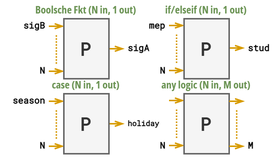
Earlier version of the draw.io export semester 4/summary/digital design/images/process_types.png (joelvonrotz/BSc-electrical-engineering). Source tidied: cells renumbered, new cells last; positions are measured from the earlier drawing's top-left corner, leaving out a move shared by most shapes.
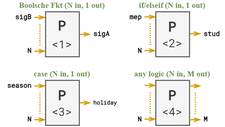
Above is the later version.

Diff of the diagram source:
```diff
@@ -4,186 +4,186 @@
     <mxCell id="1" parent="0" />
     <mxCell id="2" value="&lt;b style=&quot;font-size: 6px;&quot;&gt;&lt;font color=&quot;#000000&quot; style=&quot;font-size: 6px;&quot;&gt;sigB&lt;/font&gt;&lt;/b&gt;" style="edgeStyle=orthogonalEdgeStyle;rounded=0;orthogonalLoop=1;jettySize=auto;html=1;labelBackgroundColor=default;fontFamily=Roboto Mono;fontSource=https%3A%2F%2Ffonts.googleapis.com%2Fcss%3Ffamily%3DRoboto%2BMono;fontSize=6;fontColor=#5F7DA8;endArrow=openThin;endFill=0;startSize=4;endSize=4;fillColor=#ffe6cc;strokeColor=#d79b00;align=right;entryX=0;entryY=0.5;entryDx=0;entryDy=0;spacingLeft=0;spacingRight=1;" parent="1" edge="1">
       <mxGeometry x="-1" relative="1" as="geometry">
-        <mxPoint x="30" y="15" as="sourcePoint" />
-        <mxPoint x="40" y="15" as="targetPoint" />
+        <mxPoint x="-948" y="220" as="sourcePoint" />
+        <mxPoint x="-938" y="220" as="targetPoint" />
         <Array as="points">
-          <mxPoint x="30" y="15" />
-          <mxPoint x="30" y="15" />
+          <mxPoint x="-948" y="220" />
+          <mxPoint x="-948" y="220" />
         </Array>
       </mxGeometry>
     </mxCell>
     <mxCell id="3" value="&lt;b style=&quot;font-size: 6px;&quot;&gt;&lt;font color=&quot;#000000&quot; style=&quot;font-size: 6px;&quot;&gt;N&lt;/font&gt;&lt;/b&gt;" style="edgeStyle=orthogonalEdgeStyle;rounded=0;orthogonalLoop=1;jettySize=auto;html=1;labelBackgroundColor=default;fontFamily=Roboto Mono;fontSource=https%3A%2F%2Ffonts.googleapis.com%2Fcss%3Ffamily%3DRoboto%2BMono;fontSize=6;fontColor=#5F7DA8;endArrow=openThin;endFill=0;startSize=4;endSize=4;fillColor=#ffe6cc;strokeColor=#d79b00;align=right;entryX=0;entryY=0.5;entryDx=0;entryDy=0;spacingLeft=0;spacingRight=1;" parent="1" edge="1">
       <mxGeometry x="-1" relative="1" as="geometry">
-        <mxPoint x="30" y="45" as="sourcePoint" />
-        <mxPoint x="40" y="45" as="targetPoint" />
+        <mxPoint x="-948" y="250" as="sourcePoint" />
+        <mxPoint x="-938" y="250" as="targetPoint" />
         <Array as="points">
-          <mxPoint x="30" y="45" />
-          <mxPoint x="30" y="45" />
+          <mxPoint x="-948" y="250" />
+          <mxPoint x="-948" y="250" />
         </Array>
       </mxGeometry>
     </mxCell>
     <mxCell id="4" style="endArrow=none;dashed=1;html=1;dashPattern=1 1;strokeWidth=1;rounded=0;labelBackgroundColor=none;fontFamily=Roboto Mono;fontSource=https%3A%2F%2Ffonts.googleapis.com%2Fcss%3Ffamily%3DRoboto%2BMono;fontSize=7;fontColor=#6C9455;startSize=3;endSize=4;fillColor=#ffe6cc;strokeColor=#d79b00;jumpSize=5;" parent="1" edge="1">
       <mxGeometry relative="1" as="geometry">
-        <mxPoint x="35" y="40" as="sourcePoint" />
-        <mxPoint x="35" y="20" as="targetPoint" />
+        <mxPoint x="-943" y="245" as="sourcePoint" />
+        <mxPoint x="-943" y="225" as="targetPoint" />
       </mxGeometry>
     </mxCell>
     <mxCell id="5" value="&lt;b style=&quot;font-size: 6px;&quot;&gt;&lt;font color=&quot;#000000&quot; style=&quot;font-size: 6px;&quot;&gt;sigA&lt;/font&gt;&lt;/b&gt;" style="edgeStyle=orthogonalEdgeStyle;rounded=0;orthogonalLoop=1;jettySize=auto;html=1;labelBackgroundColor=default;fontFamily=Roboto Mono;fontSource=https%3A%2F%2Ffonts.googleapis.com%2Fcss%3Ffamily%3DRoboto%2BMono;fontSize=6;fontColor=#5F7DA8;endArrow=openThin;endFill=0;startSize=4;endSize=4;fillColor=#ffe6cc;strokeColor=#d79b00;align=left;entryX=0;entryY=0.5;entryDx=0;entryDy=0;spacingLeft=1;spacingRight=1;" parent="1" edge="1">
       <mxGeometry x="1" relative="1" as="geometry">
-        <mxPoint x="70" y="30" as="sourcePoint" />
-        <mxPoint x="80" y="30" as="targetPoint" />
+        <mxPoint x="-908" y="235" as="sourcePoint" />
+        <mxPoint x="-898" y="235" as="targetPoint" />
         <Array as="points">
-          <mxPoint x="70" y="30" />
-          <mxPoint x="70" y="30" />
+          <mxPoint x="-908" y="235" />
+          <mxPoint x="-908" y="235" />
         </Array>
       </mxGeometry>
     </mxCell>
-    <mxCell id="6" value="&lt;font face=&quot;Roboto Mono&quot;&gt;&lt;b&gt;P&lt;/b&gt;&lt;/font&gt;" style="rounded=0;whiteSpace=wrap;html=1;fontColor=#333333;fillColor=#f5f5f5;strokeColor=#666666;" parent="1" vertex="1">
-      <mxGeometry x="40" y="10" width="30" height="40" as="geometry" />
+    <mxCell id="6" value="&lt;font style=&quot;&quot; face=&quot;Roboto Mono&quot;&gt;&lt;b style=&quot;&quot;&gt;&lt;font style=&quot;font-size: 12px;&quot;&gt;P&lt;/font&gt;&lt;/b&gt;&lt;br&gt;&lt;font size=&quot;1&quot;&gt;&amp;lt;1&amp;gt;&lt;/font&gt;&lt;br&gt;&lt;/font&gt;" style="rounded=0;whiteSpace=wrap;html=1;fontColor=#333333;fillColor=#f5f5f5;strokeColor=#666666;" parent="1" vertex="1">
+      <mxGeometry x="-938" y="215" width="30" height="40" as="geometry" />
     </mxCell>
     <mxCell id="7" value="&lt;b style=&quot;font-size: 6px;&quot;&gt;&lt;font color=&quot;#000000&quot; style=&quot;font-size: 6px;&quot;&gt;mep&lt;/font&gt;&lt;/b&gt;" style="edgeStyle=orthogonalEdgeStyle;rounded=0;orthogonalLoop=1;jettySize=auto;html=1;labelBackgroundColor=default;fontFamily=Roboto Mono;fontSource=https%3A%2F%2Ffonts.googleapis.com%2Fcss%3Ffamily%3DRoboto%2BMono;fontSize=6;fontColor=#5F7DA8;endArrow=openThin;endFill=0;startSize=4;endSize=4;fillColor=#ffe6cc;strokeColor=#d79b00;align=right;entryX=0;entryY=0.5;entryDx=0;entryDy=0;spacingLeft=0;spacingRight=1;" parent="1" edge="1">
       <mxGeometry x="-1" relative="1" as="geometry">
-        <mxPoint x="110" y="14.5" as="sourcePoint" />
-        <mxPoint x="120" y="14.5" as="targetPoint" />
+        <mxPoint x="-850" y="219.5" as="sourcePoint" />
+        <mxPoint x="-840" y="219.5" as="targetPoint" />
         <Array as="points">
-          <mxPoint x="110" y="14.5" />
-          <mxPoint x="110" y="14.5" />
+          <mxPoint x="-850" y="219.5" />
+          <mxPoint x="-850" y="219.5" />
         </Array>
       </mxGeometry>
     </mxCell>
     <mxCell id="8" value="&lt;b style=&quot;font-size: 6px;&quot;&gt;&lt;font color=&quot;#000000&quot; style=&quot;font-size: 6px;&quot;&gt;N&lt;/font&gt;&lt;/b&gt;" style="edgeStyle=orthogonalEdgeStyle;rounded=0;orthogonalLoop=1;jettySize=auto;html=1;labelBackgroundColor=default;fontFamily=Roboto Mono;fontSource=https%3A%2F%2Ffonts.googleapis.com%2Fcss%3Ffamily%3DRoboto%2BMono;fontSize=6;fontColor=#5F7DA8;endArrow=openThin;endFill=0;startSize=4;endSize=4;fillColor=#ffe6cc;strokeColor=#d79b00;align=right;entryX=0;entryY=0.5;entryDx=0;entryDy=0;spacingLeft=0;spacingRight=1;" parent="1" edge="1">
       <mxGeometry x="-1" relative="1" as="geometry">
-        <mxPoint x="110" y="44.5" as="sourcePoint" />
-        <mxPoint x="120" y="44.5" as="targetPoint" />
+        <mxPoint x="-850" y="249.5" as="sourcePoint" />
+        <mxPoint x="-840" y="249.5" as="targetPoint" />
         <Array as="points">
-          <mxPoint x="110" y="44.5" />
-          <mxPoint x="110" y="44.5" />
+          <mxPoint x="-850" y="249.5" />
+          <mxPoint x="-850" y="249.5" />
         </Array>
       </mxGeometry>
     </mxCell>
     <mxCell id="9" style="endArrow=none;dashed=1;html=1;dashPattern=1 1;strokeWidth=1;rounded=0;labelBackgroundColor=none;fontFamily=Roboto Mono;fontSource=https%3A%2F%2Ffonts.googleapis.com%2Fcss%3Ffamily%3DRoboto%2BMono;fontSize=7;fontColor=#6C9455;startSize=3;endSize=4;fillColor=#ffe6cc;strokeColor=#d79b00;jumpSize=5;" parent="1" edge="1">
       <mxGeometry relative="1" as="geometry">
-        <mxPoint x="115" y="39.5" as="sourcePoint" />
-        <mxPoint x="115" y="19.5" as="targetPoint" />
+        <mxPoint x="-845" y="244.5" as="sourcePoint" />
+        <mxPoint x="-845" y="224.5" as="targetPoint" />
       </mxGeometry>
     </mxCell>
     <mxCell id="10" value="&lt;b style=&quot;font-size: 6px;&quot;&gt;&lt;font color=&quot;#000000&quot; style=&quot;font-size: 6px;&quot;&gt;stud&lt;/font&gt;&lt;/b&gt;" style="edgeStyle=orthogonalEdgeStyle;rounded=0;orthogonalLoop=1;jettySize=auto;html=1;labelBackgroundColor=default;fontFamily=Roboto Mono;fontSource=https%3A%2F%2Ffonts.googleapis.com%2Fcss%3Ffamily%3DRoboto%2BMono;fontSize=6;fontColor=#5F7DA8;endArrow=openThin;endFill=0;startSize=4;endSize=4;fillColor=#ffe6cc;strokeColor=#d79b00;align=left;entryX=0;entryY=0.5;entryDx=0;entryDy=0;spacingLeft=1;spacingRight=1;" parent="1" edge="1">
       <mxGeometry x="1" relative="1" as="geometry">
-        <mxPoint x="150" y="29.5" as="sourcePoint" />
-        <mxPoint x="160" y="29.5" as="targetPoint" />
+        <mxPoint x="-810" y="234.5" as="sourcePoint" />
+        <mxPoint x="-800" y="234.5" as="targetPoint" />
         <Array as="points">
-          <mxPoint x="150" y="29.5" />
-          <mxPoint x="150" y="29.5" />
+          <mxPoint x="-810" y="234.5" />
+          <mxPoint x="-810" y="234.5" />
         </Array>
       </mxGeometry>
     </mxCell>
-    <mxCell id="11" value="&lt;font face=&quot;Roboto Mono&quot;&gt;&lt;b&gt;P&lt;/b&gt;&lt;/font&gt;" style="rounded=0;whiteSpace=wrap;html=1;fontColor=#333333;fillColor=#f5f5f5;strokeColor=#666666;" parent="1" vertex="1">
-      <mxGeometry x="120" y="10" width="30" height="40" as="geometry" />
+    <mxCell id="11" value="&lt;b style=&quot;border-color: var(--border-color); font-family: &amp;quot;Roboto Mono&amp;quot;;&quot;&gt;P&lt;/b&gt;&lt;br style=&quot;border-color: var(--border-color); font-family: &amp;quot;Roboto Mono&amp;quot;;&quot;&gt;&lt;font style=&quot;border-color: var(--border-color); font-family: &amp;quot;Roboto Mono&amp;quot;;&quot; size=&quot;1&quot;&gt;&amp;lt;2&amp;gt;&lt;/font&gt;" style="rounded=0;whiteSpace=wrap;html=1;fontColor=#333333;fillColor=#f5f5f5;strokeColor=#666666;" parent="1" vertex="1">
+      <mxGeometry x="-840" y="215" width="30" height="40" as="geometry" />
     </mxCell>
     <mxCell id="12" value="Boolsche Fkt (N in, 1 out)" style="text;html=1;strokeColor=none;fillColor=none;align=center;verticalAlign=middle;whiteSpace=wrap;rounded=0;fontFamily=Open Sans Condensed;fontSource=https%3A%2F%2Ffonts.googleapis.com%2Fcss%3Ffamily%3DOpen%2BSans%2BCondensed;fontSize=7;fontColor=#6C9455;fontStyle=1;" parent="1" vertex="1">
-      <mxGeometry width="110" height="10" as="geometry" />
+      <mxGeometry x="-978" y="205" width="110" height="10" as="geometry" />
     </mxCell>
     <mxCell id="13" value="if/elseif (N in, 1 out)" style="text;html=1;strokeColor=none;fillColor=none;align=center;verticalAlign=middle;whiteSpace=wrap;rounded=0;fontFamily=Open Sans Condensed;fontSource=https%3A%2F%2Ffonts.googleapis.com%2Fcss%3Ffamily%3DOpen%2BSans%2BCondensed;fontSize=7;fontColor=#6C9455;fontStyle=1;" parent="1" vertex="1">
-      <mxGeometry x="90" width="90" height="10" as="geometry" />
+      <mxGeometry x="-870" y="205" width="90" height="10" as="geometry" />
     </mxCell>
     <mxCell id="14" value="case (N in, 1 out)" style="text;html=1;strokeColor=none;fillColor=none;align=center;verticalAlign=middle;whiteSpace=wrap;rounded=0;fontFamily=Open Sans Condensed;fontSource=https%3A%2F%2Ffonts.googleapis.com%2Fcss%3Ffamily%3DOpen%2BSans%2BCondensed;fontSize=7;fontColor=#6C9455;fontStyle=1;" parent="1" vertex="1">
-      <mxGeometry y="50" width="110" height="10" as="geometry" />
+      <mxGeometry x="-978" y="266" width="110" height="10" as="geometry" />
     </mxCell>
     <mxCell id="15" value="&lt;b style=&quot;font-size: 6px;&quot;&gt;&lt;font color=&quot;#000000&quot; style=&quot;font-size: 6px;&quot;&gt;season&lt;/font&gt;&lt;/b&gt;" style="edgeStyle=orthogonalEdgeStyle;rounded=0;orthogonalLoop=1;jettySize=auto;html=1;labelBackgroundColor=default;fontFamily=Roboto Mono;fontSource=https%3A%2F%2Ffonts.googleapis.com%2Fcss%3Ffamily%3DRoboto%2BMono;fontSize=6;fontColor=#5F7DA8;endArrow=openThin;endFill=0;startSize=4;endSize=4;fillColor=#ffe6cc;strokeColor=#d79b00;align=right;entryX=0;entryY=0.5;entryDx=0;entryDy=0;spacingLeft=0;spacingRight=1;" parent="1" edge="1">
       <mxGeometry x="-1" relative="1" as="geometry">
-        <mxPoint x="30" y="65" as="sourcePoint" />
-        <mxPoint x="40" y="65" as="targetPoint" />
+        <mxPoint x="-948" y="281" as="sourcePoint" />
+        <mxPoint x="-938" y="281" as="targetPoint" />
         <Array as="points">
-          <mxPoint x="30" y="65" />
-          <mxPoint x="30" y="65" />
+          <mxPoint x="-948" y="281" />
+          <mxPoint x="-948" y="281" />
         </Array>
       </mxGeometry>
     </mxCell>
     <mxCell id="16" value="&lt;b style=&quot;font-size: 6px;&quot;&gt;&lt;font color=&quot;#000000&quot; style=&quot;font-size: 6px;&quot;&gt;N&lt;/font&gt;&lt;/b&gt;" style="edgeStyle=orthogonalEdgeStyle;rounded=0;orthogonalLoop=1;jettySize=auto;html=1;labelBackgroundColor=default;fontFamily=Roboto Mono;fontSource=https%3A%2F%2Ffonts.googleapis.com%2Fcss%3Ffamily%3DRoboto%2BMono;fontSize=6;fontColor=#5F7DA8;endArrow=openThin;endFill=0;startSize=4;endSize=4;fillColor=#ffe6cc;strokeColor=#d79b00;align=right;entryX=0;entryY=0.5;entryDx=0;entryDy=0;spacingLeft=0;spacingRight=1;" parent="1" edge="1">
       <mxGeometry x="-1" relative="1" as="geometry">
-        <mxPoint x="30" y="95" as="sourcePoint" />
-        <mxPoint x="40" y="95" as="targetPoint" />
+        <mxPoint x="-948" y="311" as="sourcePoint" />
+        <mxPoint x="-938" y="311" as="targetPoint" />
         <Array as="points">
-          <mxPoint x="30" y="95" />
-          <mxPoint x="30" y="95" />
+          <mxPoint x="-948" y="311" />
+          <mxPoint x="-948" y="311" />
         </Array>
       </mxGeometry>
     </mxCell>
     <mxCell id="17" style="endArrow=none;dashed=1;html=1;dashPattern=1 1;strokeWidth=1;rounded=0;labelBackgroundColor=none;fontFamily=Roboto Mono;fontSource=https%3A%2F%2Ffonts.googleapis.com%2Fcss%3Ffamily%3DRoboto%2BMono;fontSize=7;fontColor=#6C9455;startSize=3;endSize=4;fillColor=#ffe6cc;strokeColor=#d79b00;jumpSize=5;" parent="1" edge="1">
       <mxGeometry relative="1" as="geometry">
-        <mxPoint x="35" y="90" as="sourcePoint" />
-        <mxPoint x="35" y="70" as="targetPoint" />
+        <mxPoint x="-943" y="306" as="sourcePoint" />
+        <mxPoint x="-943" y="286" as="targetPoint" />
       </mxGeometry>
     </mxCell>
     <mxCell id="18" value="&lt;b style=&quot;font-size: 5px;&quot;&gt;&lt;font color=&quot;#000000&quot; style=&quot;font-size: 5px;&quot;&gt;holiday&lt;/font&gt;&lt;/b&gt;" style="edgeStyle=orthogonalEdgeStyle;rounded=0;orthogonalLoop=1;jettySize=auto;html=1;labelBackgroundColor=default;fontFamily=Roboto Mono;fontSource=https%3A%2F%2Ffonts.googleapis.com%2Fcss%3Ffamily%3DRoboto%2BMono;fontSize=5;fontColor=#5F7DA8;endArrow=openThin;endFill=0;startSize=4;endSize=4;fillColor=#ffe6cc;strokeColor=#d79b00;align=left;entryX=0;entryY=0.5;entryDx=0;entryDy=0;spacingLeft=1;spacingRight=1;spacingBottom=3;" parent="1" edge="1">
       <mxGeometry x="1" relative="1" as="geometry">
-        <mxPoint x="70" y="80" as="sourcePoint" />
-        <mxPoint x="80" y="80" as="targetPoint" />
+        <mxPoint x="-908" y="296" as="sourcePoint" />
+        <mxPoint x="-898" y="296" as="targetPoint" />
         <Array as="points">
-          <mxPoint x="70" y="80" />
-          <mxPoint x="70" y="80" />
+          <mxPoint x="-908" y="296" />
+          <mxPoint x="-908" y="296" />
         </Array>
       </mxGeometry>
     </mxCell>
-    <mxCell id="19" value="&lt;font face=&quot;Roboto Mono&quot;&gt;&lt;b&gt;P&lt;/b&gt;&lt;/font&gt;" style="rounded=0;whiteSpace=wrap;html=1;fontColor=#333333;fillColor=#f5f5f5;strokeColor=#666666;" parent="1" vertex="1">
-      <mxGeometry x="40" y="60" width="30" height="40" as="geometry" />
+    <mxCell id="19" value="&lt;b style=&quot;border-color: var(--border-color); font-family: &amp;quot;Roboto Mono&amp;quot;;&quot;&gt;P&lt;/b&gt;&lt;br style=&quot;border-color: var(--border-color); font-family: &amp;quot;Roboto Mono&amp;quot;;&quot;&gt;&lt;font style=&quot;border-color: var(--border-color); font-family: &amp;quot;Roboto Mono&amp;quot;;&quot; size=&quot;1&quot;&gt;&amp;lt;3&amp;gt;&lt;/font&gt;" style="rounded=0;whiteSpace=wrap;html=1;fontColor=#333333;fillColor=#f5f5f5;strokeColor=#666666;" parent="1" vertex="1">
+      <mxGeometry x="-938" y="276" width="30" height="40" as="geometry" />
     </mxCell>
     <mxCell id="20" style="edgeStyle=orthogonalEdgeStyle;rounded=0;orthogonalLoop=1;jettySize=auto;html=1;labelBackgroundColor=default;fontFamily=Roboto Mono;fontSource=https%3A%2F%2Ffonts.googleapis.com%2Fcss%3Ffamily%3DRoboto%2BMono;fontSize=6;fontColor=#5F7DA8;endArrow=openThin;endFill=0;startSize=4;endSize=4;fillColor=#ffe6cc;strokeColor=#d79b00;align=right;entryX=0;entryY=0.5;entryDx=0;entryDy=0;spacingLeft=0;spacingRight=1;" parent="1" edge="1">
       <mxGeometry x="-1" relative="1" as="geometry">
-        <mxPoint x="110" y="64.5" as="sourcePoint" />
-        <mxPoint x="120" y="64.5" as="targetPoint" />
+        <mxPoint x="-850" y="280.5" as="sourcePoint" />
+        <mxPoint x="-840" y="280.5" as="targetPoint" />
         <Array as="points">
-          <mxPoint x="110" y="64.5" />
-          <mxPoint x="110" y="64.5" />
+          <mxPoint x="-850" y="280.5" />
+          <mxPoint x="-850" y="280.5" />
         </Array>
       </mxGeometry>
     </mxCell>
     <mxCell id="21" value="&lt;b style=&quot;font-size: 6px;&quot;&gt;&lt;font color=&quot;#000000&quot; style=&quot;font-size: 6px;&quot;&gt;N&lt;/font&gt;&lt;/b&gt;" style="edgeStyle=orthogonalEdgeStyle;rounded=0;orthogonalLoop=1;jettySize=auto;html=1;labelBackgroundColor=default;fontFamily=Roboto Mono;fontSource=https%3A%2F%2Ffonts.googleapis.com%2Fcss%3Ffamily%3DRoboto%2BMono;fontSize=6;fontColor=#5F7DA8;endArrow=openThin;endFill=0;startSize=4;endSize=4;fillColor=#ffe6cc;strokeColor=#d79b00;align=right;entryX=0;entryY=0.5;entryDx=0;entryDy=0;spacingLeft=0;spacingRight=1;" parent="1" edge="1">
       <mxGeometry x="-1" relative="1" as="geometry">
-        <mxPoint x="110" y="94.5" as="sourcePoint" />
-        <mxPoint x="120" y="94.5" as="targetPoint" />
+        <mxPoint x="-850" y="310.5" as="sourcePoint" />
+        <mxPoint x="-840" y="310.5" as="targetPoint" />
         <Array as="points">
-          <mxPoint x="110" y="94.5" />
-          <mxPoint x="110" y="94.5" />
+          <mxPoint x="-850" y="310.5" />
+          <mxPoint x="-850" y="310.5" />
         </Array>
       </mxGeometry>
     </mxCell>
     <mxCell id="22" style="endArrow=none;dashed=1;html=1;dashPattern=1 1;strokeWidth=1;rounded=0;labelBackgroundColor=none;fontFamily=Roboto Mono;fontSource=https%3A%2F%2Ffonts.googleapis.com%2Fcss%3Ffamily%3DRoboto%2BMono;fontSize=7;fontColor=#6C9455;startSize=3;endSize=4;fillColor=#ffe6cc;strokeColor=#d79b00;jumpSize=5;" parent="1" edge="1">
       <mxGeometry relative="1" as="geometry">
-        <mxPoint x="115" y="89.5" as="sourcePoint" />
-        <mxPoint x="115" y="69.5" as="targetPoint" />
+        <mxPoint x="-845" y="305.5" as="sourcePoint" />
+        <mxPoint x="-845" y="285.5" as="targetPoint" />
       </mxGeometry>
     </mxCell>
-    <mxCell id="23" value="&lt;font face=&quot;Roboto Mono&quot;&gt;&lt;b&gt;P&lt;/b&gt;&lt;/font&gt;" style="rounded=0;whiteSpace=wrap;html=1;fontColor=#333333;fillColor=#f5f5f5;strokeColor=#666666;" parent="1" vertex="1">
-      <mxGeometry x="120" y="60" width="30" height="40" as="geometry" />
+    <mxCell id="23" value="&lt;b style=&quot;border-color: var(--border-color); font-family: &amp;quot;Roboto Mono&amp;quot;;&quot;&gt;P&lt;/b&gt;&lt;br style=&quot;border-color: var(--border-color); font-family: &amp;quot;Roboto Mono&amp;quot;;&quot;&gt;&lt;font style=&quot;border-color: var(--border-color); font-family: &amp;quot;Roboto Mono&amp;quot;;&quot; size=&quot;1&quot;&gt;&amp;lt;4&amp;gt;&lt;/font&gt;" style="rounded=0;whiteSpace=wrap;html=1;fontColor=#333333;fillColor=#f5f5f5;strokeColor=#666666;" parent="1" vertex="1">
+      <mxGeometry x="-840" y="276" width="30" height="40" as="geometry" />
     </mxCell>
     <mxCell id="24" value="any logic (N in, M out)" style="text;html=1;strokeColor=none;fillColor=none;align=center;verticalAlign=middle;whiteSpace=wrap;rounded=0;fontFamily=Open Sans Condensed;fontSource=https%3A%2F%2Ffonts.googleapis.com%2Fcss%3Ffamily%3DOpen%2BSans%2BCondensed;fontSize=7;fontColor=#6C9455;fontStyle=1;" parent="1" vertex="1">
-      <mxGeometry x="90" y="50" width="90" height="10" as="geometry" />
+      <mxGeometry x="-870" y="266" width="90" height="10" as="geometry" />
     </mxCell>
     <mxCell id="25" style="edgeStyle=orthogonalEdgeStyle;rounded=0;orthogonalLoop=1;jettySize=auto;html=1;labelBackgroundColor=default;fontFamily=Roboto Mono;fontSource=https%3A%2F%2Ffonts.googleapis.com%2Fcss%3Ffamily%3DRoboto%2BMono;fontSize=6;fontColor=#5F7DA8;endArrow=openThin;endFill=0;startSize=4;endSize=4;fillColor=#ffe6cc;strokeColor=#d79b00;align=right;entryX=0;entryY=0.5;entryDx=0;entryDy=0;spacingLeft=0;spacingRight=1;" parent="1" edge="1">
       <mxGeometry x="-1" relative="1" as="geometry">
-        <mxPoint x="150" y="65" as="sourcePoint" />
-        <mxPoint x="160" y="65" as="targetPoint" />
+        <mxPoint x="-810" y="281" as="sourcePoint" />
+        <mxPoint x="-800" y="281" as="targetPoint" />
         <Array as="points">
-          <mxPoint x="150" y="65" />
-          <mxPoint x="150" y="65" />
+          <mxPoint x="-810" y="281" />
+          <mxPoint x="-810" y="281" />
         </Array>
       </mxGeometry>
     </mxCell>
     <mxCell id="26" value="&lt;b style=&quot;font-size: 6px&quot;&gt;&lt;font color=&quot;#000000&quot; style=&quot;font-size: 6px&quot;&gt;M&lt;/font&gt;&lt;/b&gt;" style="edgeStyle=orthogonalEdgeStyle;rounded=0;orthogonalLoop=1;jettySize=auto;html=1;labelBackgroundColor=default;fontFamily=Roboto Mono;fontSource=https%3A%2F%2Ffonts.googleapis.com%2Fcss%3Ffamily%3DRoboto%2BMono;fontSize=6;fontColor=#5F7DA8;endArrow=openThin;endFill=0;startSize=4;endSize=4;fillColor=#ffe6cc;strokeColor=#d79b00;align=left;entryX=0;entryY=0.5;entryDx=0;entryDy=0;spacingLeft=1;spacingRight=1;" parent="1" edge="1">
       <mxGeometry x="1" relative="1" as="geometry">
-        <mxPoint x="150" y="95" as="sourcePoint" />
-        <mxPoint x="160" y="95" as="targetPoint" />
+        <mxPoint x="-810" y="311" as="sourcePoint" />
+        <mxPoint x="-800" y="311" as="targetPoint" />
         <Array as="points">
-          <mxPoint x="150" y="95" />
-          <mxPoint x="150" y="95" />
+          <mxPoint x="-810" y="311" />
+          <mxPoint x="-810" y="311" />
         </Array>
       </mxGeometry>
     </mxCell>
     <mxCell id="27" style="endArrow=none;dashed=1;html=1;dashPattern=1 1;strokeWidth=1;rounded=0;labelBackgroundColor=none;fontFamily=Roboto Mono;fontSource=https%3A%2F%2Ffonts.googleapis.com%2Fcss%3Ffamily%3DRoboto%2BMono;fontSize=7;fontColor=#6C9455;startSize=3;endSize=4;fillColor=#ffe6cc;strokeColor=#d79b00;jumpSize=5;" parent="1" edge="1">
       <mxGeometry relative="1" as="geometry">
-        <mxPoint x="155" y="90" as="sourcePoint" />
-        <mxPoint x="155" y="70" as="targetPoint" />
+        <mxPoint x="-805" y="306" as="sourcePoint" />
+        <mxPoint x="-805" y="286" as="targetPoint" />
       </mxGeometry>
     </mxCell>
   </root>
```
